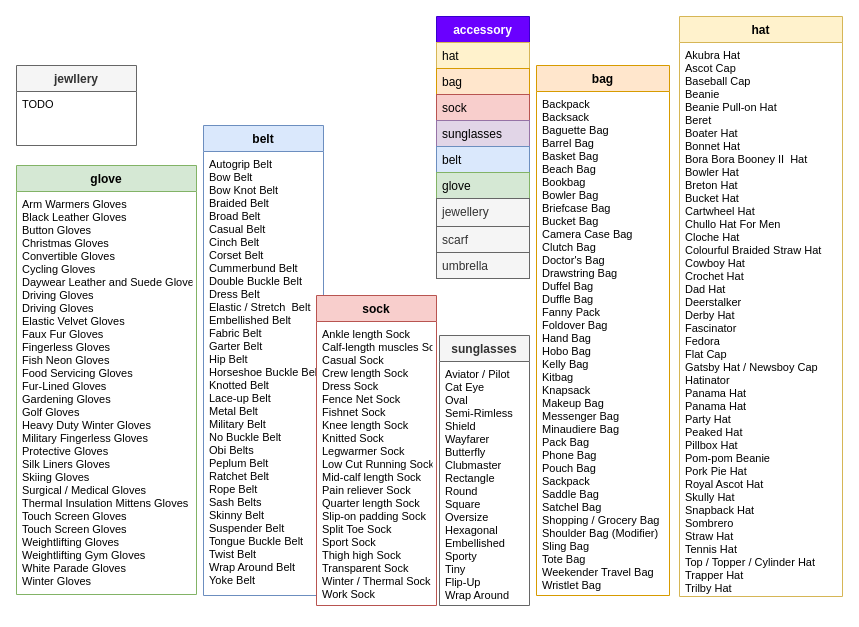
Before: accessory_class.drawio in morawi/ddoif, a draw.io diagram. Source tidied: cells renumbered, new cells numbered last; positions are measured from the earlier drawing's top-left corner, leaving out a move shared by most shapes. Both pictures are drawn from the tidied source at 100%, with x=0, y=0 at pixel (16, 16).
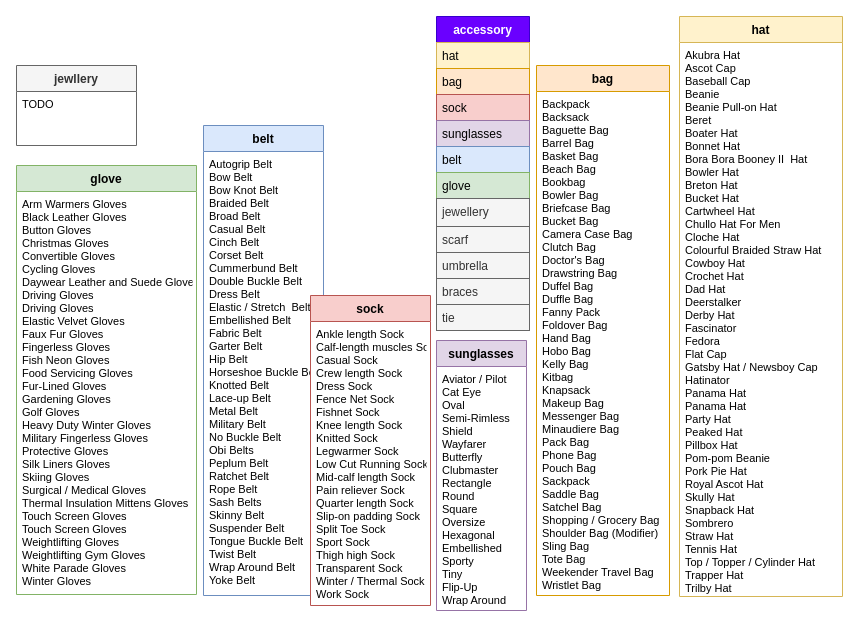
The same diagram, later.

Change to the diagram source:
```diff
@@
     <mxCell id="12" value="accessory" style="swimlane;fontStyle=1;align=center;verticalAlign=top;horizontal=1;startSize=26;rounded=0;shadow=0;strokeWidth=1;fillColor=#6a00ff;strokeColor=#3700CC;fontColor=#ffffff;" parent="1" vertex="1">
-      <mxGeometry x="420" width="93" height="262" as="geometry" />
+      <mxGeometry x="420" width="93" height="314" as="geometry" />
     </mxCell>
@@
+    <mxCell id="26" value="braces" style="text;align=left;verticalAlign=top;spacingLeft=4;spacingRight=4;overflow=hidden;fillColor=#f5f5f5;strokeColor=#666666;fontColor=#333333;" parent="12" vertex="1">
+      <mxGeometry y="262" width="93" height="26" as="geometry" />
+    </mxCell>
+    <mxCell id="27" value="tie" style="text;align=left;verticalAlign=top;spacingLeft=4;spacingRight=4;overflow=hidden;fillColor=#f5f5f5;strokeColor=#666666;fontColor=#333333;" parent="12" vertex="1">
+      <mxGeometry y="288" width="93" height="26" as="geometry" />
+    </mxCell>
     <mxCell id="22" value="sock" style="swimlane;fontStyle=1;align=center;verticalAlign=top;horizontal=1;startSize=26;rounded=0;shadow=0;strokeWidth=1;swimlaneFillColor=#ffffff;fillColor=#f8cecc;strokeColor=#b85450;" parent="1" vertex="1">
-      <mxGeometry x="300" y="279" width="120" height="310" as="geometry" />
+      <mxGeometry x="294" y="279" width="120" height="310" as="geometry" />
     </mxCell>
@@
-    <mxCell id="24" value="sunglasses" style="swimlane;fontStyle=1;align=center;verticalAlign=top;horizontal=1;startSize=26;rounded=0;shadow=0;strokeWidth=1;swimlaneFillColor=#ffffff;fillColor=#f5f5f5;strokeColor=#666666;fontColor=#333333;" parent="1" vertex="1">
-      <mxGeometry x="423" y="319" width="90" height="270" as="geometry" />
+    <mxCell id="24" value="sunglasses" style="swimlane;fontStyle=1;align=center;verticalAlign=top;horizontal=1;startSize=26;rounded=0;shadow=0;strokeWidth=1;swimlaneFillColor=#ffffff;fillColor=#e1d5e7;strokeColor=#9673a6;" parent="1" vertex="1">
+      <mxGeometry x="420" y="324" width="90" height="270" as="geometry" />
     </mxCell>
```
